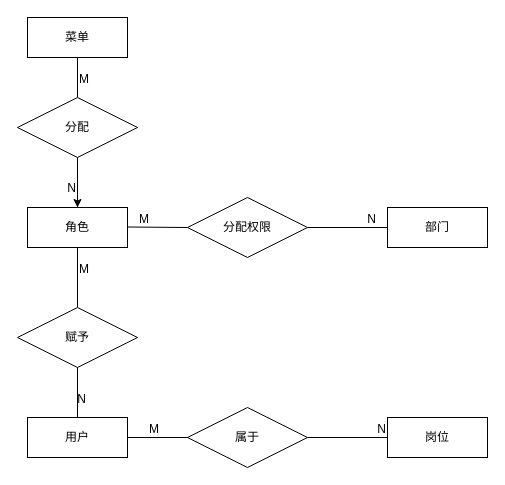
Earlier version of the draw.io diagram 角色和部门实体ER.drawio (cvgods/mind_image). Source tidied: cells renumbered, new cells numbered last; positions are measured from the earlier drawing's top-left corner, leaving out a move shared by most shapes. Both pictures are drawn from the tidied source at 100%, with x=0, y=0 at pixel (17, 17).
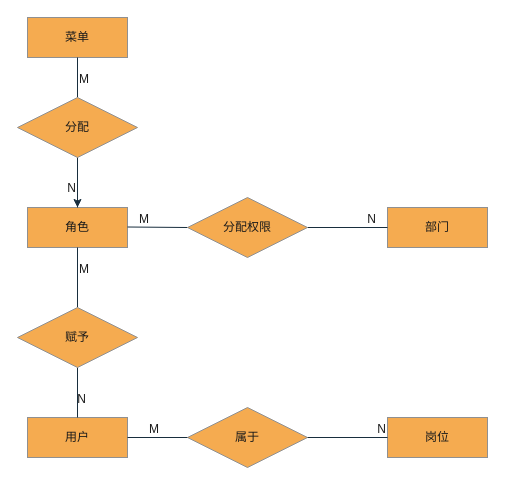
The same diagram, later.

Commit message:
更新角色和部门实体ER.drawio

Change to the diagram source:
```diff
@@
-    <mxCell id="2" value="&lt;p class=&quot;MsoNormal&quot;&gt;&lt;font face=&quot;宋体&quot;&gt;部门&lt;/font&gt;&lt;/p&gt;" style="whiteSpace=wrap;html=1;align=center;" parent="1" vertex="1">
+    <mxCell id="2" value="&lt;p class=&quot;MsoNormal&quot;&gt;&lt;font face=&quot;宋体&quot;&gt;部门&lt;/font&gt;&lt;/p&gt;" style="whiteSpace=wrap;html=1;align=center;labelBackgroundColor=none;fillColor=#F5AB50;strokeColor=#909090;fontColor=#1A1A1A;" parent="1" vertex="1">
       <mxGeometry x="370" y="190" width="100" height="40" as="geometry" />
     </mxCell>
-    <mxCell id="3" value="&lt;p class=&quot;MsoNormal&quot;&gt;&lt;font face=&quot;宋体&quot;&gt;角色&lt;/font&gt;&lt;/p&gt;" style="whiteSpace=wrap;html=1;align=center;" parent="1" vertex="1">
+    <mxCell id="3" value="&lt;p class=&quot;MsoNormal&quot;&gt;&lt;font face=&quot;宋体&quot;&gt;角色&lt;/font&gt;&lt;/p&gt;" style="whiteSpace=wrap;html=1;align=center;labelBackgroundColor=none;fillColor=#F5AB50;strokeColor=#909090;fontColor=#1A1A1A;" parent="1" vertex="1">
       <mxGeometry x="10" y="190" width="100" height="40" as="geometry" />
     </mxCell>
-    <mxCell id="4" style="endArrow=none;html=1;rounded=0;entryX=0;entryY=0.5;entryDx=0;entryDy=0;" parent="1" edge="1" source="26" target="2">
+    <mxCell id="4" style="endArrow=none;html=1;rounded=0;entryX=0;entryY=0.5;entryDx=0;entryDy=0;labelBackgroundColor=none;strokeColor=#182E3E;fontColor=default;" parent="1" edge="1" source="26" target="2">
       <mxGeometry relative="1" as="geometry" />
     </mxCell>
-    <mxCell id="5" value="N" style="html=1;whiteSpace=wrap;align=right;verticalAlign=bottom;" parent="4" vertex="1">
+    <mxCell id="5" value="N" style="html=1;whiteSpace=wrap;align=right;verticalAlign=bottom;labelBackgroundColor=none;fillColor=#F5AB50;strokeColor=#909090;fontColor=#1A1A1A;" parent="4" vertex="1">
       <mxGeometry x="1" relative="1" as="geometry">
         <mxPoint x="-10" as="offset" />
       </mxGeometry>
     </mxCell>
-    <mxCell id="6" value="用户" style="whiteSpace=wrap;html=1;align=center;" parent="1" vertex="1">
+    <mxCell id="6" value="用户" style="whiteSpace=wrap;html=1;align=center;labelBackgroundColor=none;fillColor=#F5AB50;strokeColor=#909090;fontColor=#1A1A1A;" parent="1" vertex="1">
       <mxGeometry x="10" y="400" width="100" height="40" as="geometry" />
     </mxCell>
-    <mxCell id="7" style="endArrow=none;html=1;rounded=0;exitX=0.5;exitY=1;exitDx=0;exitDy=0;entryX=0.5;entryY=0;entryDx=0;entryDy=0;" parent="1" edge="1" source="11" target="6">
+    <mxCell id="7" style="endArrow=none;html=1;rounded=0;exitX=0.5;exitY=1;exitDx=0;exitDy=0;entryX=0.5;entryY=0;entryDx=0;entryDy=0;labelBackgroundColor=none;strokeColor=#182E3E;fontColor=default;" parent="1" edge="1" source="11" target="6">
       <mxGeometry relative="1" as="geometry" />
     </mxCell>
-    <mxCell id="8" value="N" style="html=1;whiteSpace=wrap;align=right;verticalAlign=bottom;" parent="7" vertex="1">
+    <mxCell id="8" value="N" style="html=1;whiteSpace=wrap;align=right;verticalAlign=bottom;labelBackgroundColor=none;fillColor=#F5AB50;strokeColor=#909090;fontColor=#1A1A1A;" parent="7" vertex="1">
       <mxGeometry x="1" relative="1" as="geometry">
         <mxPoint x="10" y="-10" as="offset" />
       </mxGeometry>
     </mxCell>
-    <mxCell id="9" style="endArrow=none;html=1;rounded=0;exitX=0.5;exitY=1;exitDx=0;exitDy=0;entryX=0.5;entryY=0;entryDx=0;entryDy=0;" parent="1" edge="1" source="3" target="11">
+    <mxCell id="9" style="endArrow=none;html=1;rounded=0;exitX=0.5;exitY=1;exitDx=0;exitDy=0;entryX=0.5;entryY=0;entryDx=0;entryDy=0;labelBackgroundColor=none;strokeColor=#182E3E;fontColor=default;" parent="1" edge="1" source="3" target="11">
       <mxGeometry relative="1" as="geometry" />
     </mxCell>
-    <mxCell id="10" value="M" style="html=1;whiteSpace=wrap;align=left;verticalAlign=bottom;" parent="9" vertex="1">
+    <mxCell id="10" value="M" style="html=1;whiteSpace=wrap;align=left;verticalAlign=bottom;labelBackgroundColor=none;fillColor=#F5AB50;strokeColor=#909090;fontColor=#1A1A1A;" parent="9" vertex="1">
       <mxGeometry x="-1" relative="1" as="geometry">
         <mxPoint y="30" as="offset" />
       </mxGeometry>
     </mxCell>
-    <mxCell id="11" value="赋予" style="shape=rhombus;perimeter=rhombusPerimeter;whiteSpace=wrap;html=1;align=center;" parent="1" vertex="1">
+    <mxCell id="11" value="赋予" style="shape=rhombus;perimeter=rhombusPerimeter;whiteSpace=wrap;html=1;align=center;labelBackgroundColor=none;fillColor=#F5AB50;strokeColor=#909090;fontColor=#1A1A1A;" parent="1" vertex="1">
       <mxGeometry y="290" width="120" height="60" as="geometry" />
     </mxCell>
-    <mxCell id="12" value="&lt;p class=&quot;MsoNormal&quot;&gt;&lt;font face=&quot;宋体&quot;&gt;岗位&lt;/font&gt;&lt;/p&gt;" style="whiteSpace=wrap;html=1;align=center;" parent="1" vertex="1">
+    <mxCell id="12" value="&lt;p class=&quot;MsoNormal&quot;&gt;&lt;font face=&quot;宋体&quot;&gt;岗位&lt;/font&gt;&lt;/p&gt;" style="whiteSpace=wrap;html=1;align=center;labelBackgroundColor=none;fillColor=#F5AB50;strokeColor=#909090;fontColor=#1A1A1A;" parent="1" vertex="1">
       <mxGeometry x="370" y="400" width="100" height="40" as="geometry" />
     </mxCell>
-    <mxCell id="13" value="N" style="html=1;whiteSpace=wrap;align=right;verticalAlign=bottom;" parent="1" vertex="1">
+    <mxCell id="13" value="N" style="html=1;whiteSpace=wrap;align=right;verticalAlign=bottom;labelBackgroundColor=none;fillColor=#F5AB50;strokeColor=#909090;fontColor=#1A1A1A;" parent="1" vertex="1">
       <mxGeometry x="370" y="420" as="geometry" />
     </mxCell>
-    <mxCell id="14" style="endArrow=none;html=1;rounded=0;entryX=0;entryY=0.5;entryDx=0;entryDy=0;" parent="1" edge="1" target="12">
+    <mxCell id="14" style="endArrow=none;html=1;rounded=0;entryX=0;entryY=0.5;entryDx=0;entryDy=0;labelBackgroundColor=none;strokeColor=#182E3E;fontColor=default;" parent="1" edge="1" target="12">
       <mxGeometry relative="1" as="geometry">
         <mxPoint x="110" y="420" as="sourcePoint" />
       </mxGeometry>
     </mxCell>
-    <mxCell id="15" value="M" style="html=1;whiteSpace=wrap;align=left;verticalAlign=bottom;" parent="14" vertex="1">
+    <mxCell id="15" value="M" style="html=1;whiteSpace=wrap;align=left;verticalAlign=bottom;labelBackgroundColor=none;fillColor=#F5AB50;strokeColor=#909090;fontColor=#1A1A1A;" parent="14" vertex="1">
       <mxGeometry x="-1" relative="1" as="geometry">
         <mxPoint x="20" as="offset" />
       </mxGeometry>
     </mxCell>
-    <mxCell id="16" value="属于" style="shape=rhombus;perimeter=rhombusPerimeter;whiteSpace=wrap;html=1;align=center;" parent="1" vertex="1">
+    <mxCell id="16" value="属于" style="shape=rhombus;perimeter=rhombusPerimeter;whiteSpace=wrap;html=1;align=center;labelBackgroundColor=none;fillColor=#F5AB50;strokeColor=#909090;fontColor=#1A1A1A;" parent="1" vertex="1">
       <mxGeometry x="170" y="390" width="120" height="60" as="geometry" />
     </mxCell>
-    <mxCell id="17" style="endArrow=none;html=1;rounded=0;entryX=0.5;entryY=0;entryDx=0;entryDy=0;exitX=0.5;exitY=1;exitDx=0;exitDy=0;" parent="1" edge="1" source="23" target="3">
+    <mxCell id="17" style="endArrow=none;html=1;rounded=0;entryX=0.5;entryY=0;entryDx=0;entryDy=0;exitX=0.5;exitY=1;exitDx=0;exitDy=0;labelBackgroundColor=none;strokeColor=#182E3E;fontColor=default;" parent="1" edge="1" source="23" target="3">
       <mxGeometry relative="1" as="geometry" />
     </mxCell>
-    <mxCell id="18" value="N" style="html=1;whiteSpace=wrap;align=right;verticalAlign=bottom;" parent="17" vertex="1">
+    <mxCell id="18" value="N" style="html=1;whiteSpace=wrap;align=right;verticalAlign=bottom;labelBackgroundColor=none;fillColor=#F5AB50;strokeColor=#909090;fontColor=#1A1A1A;" parent="17" vertex="1">
       <mxGeometry x="1" relative="1" as="geometry">
         <mxPoint y="-11" as="offset" />
       </mxGeometry>
     </mxCell>
-    <mxCell id="19" value="菜单" style="whiteSpace=wrap;html=1;align=center;" parent="1" vertex="1">
+    <mxCell id="19" value="菜单" style="whiteSpace=wrap;html=1;align=center;labelBackgroundColor=none;fillColor=#F5AB50;strokeColor=#909090;fontColor=#1A1A1A;" parent="1" vertex="1">
       <mxGeometry x="10" width="100" height="40" as="geometry" />
     </mxCell>
-    <mxCell id="20" style="endArrow=none;html=1;rounded=0;entryX=0.5;entryY=0;entryDx=0;entryDy=0;exitX=0.5;exitY=1;exitDx=0;exitDy=0;" parent="1" edge="1" source="19" target="23">
+    <mxCell id="20" style="endArrow=none;html=1;rounded=0;entryX=0.5;entryY=0;entryDx=0;entryDy=0;exitX=0.5;exitY=1;exitDx=0;exitDy=0;labelBackgroundColor=none;strokeColor=#182E3E;fontColor=default;" parent="1" edge="1" source="19" target="23">
       <mxGeometry relative="1" as="geometry" />
     </mxCell>
-    <mxCell id="21" value="M" style="html=1;whiteSpace=wrap;align=left;verticalAlign=bottom;" parent="20" vertex="1">
+    <mxCell id="21" value="M" style="html=1;whiteSpace=wrap;align=left;verticalAlign=bottom;labelBackgroundColor=none;fillColor=#F5AB50;strokeColor=#909090;fontColor=#1A1A1A;" parent="20" vertex="1">
       <mxGeometry x="-1" relative="1" as="geometry">
         <mxPoint y="30" as="offset" />
       </mxGeometry>
     </mxCell>
-    <mxCell id="22" style="edgeStyle=orthogonalEdgeStyle;rounded=0;jettySize=auto;html=1;" parent="1" edge="1" source="23" target="3">
+    <mxCell id="22" style="edgeStyle=orthogonalEdgeStyle;rounded=0;jettySize=auto;html=1;labelBackgroundColor=none;strokeColor=#182E3E;fontColor=default;" parent="1" edge="1" source="23" target="3">
       <mxGeometry relative="1" as="geometry" />
     </mxCell>
-    <mxCell id="23" value="分配" style="shape=rhombus;perimeter=rhombusPerimeter;whiteSpace=wrap;html=1;align=center;" parent="1" vertex="1">
+    <mxCell id="23" value="分配" style="shape=rhombus;perimeter=rhombusPerimeter;whiteSpace=wrap;html=1;align=center;labelBackgroundColor=none;fillColor=#F5AB50;strokeColor=#909090;fontColor=#1A1A1A;" parent="1" vertex="1">
       <mxGeometry y="80" width="120" height="60" as="geometry" />
     </mxCell>
-    <mxCell id="24" style="endArrow=none;html=1;rounded=0;entryX=0;entryY=0.5;entryDx=0;entryDy=0;" parent="1" edge="1" target="26">
+    <mxCell id="24" style="endArrow=none;html=1;rounded=0;entryX=0;entryY=0.5;entryDx=0;entryDy=0;labelBackgroundColor=none;strokeColor=#182E3E;fontColor=default;" parent="1" edge="1" target="26">
       <mxGeometry relative="1" as="geometry">
         <mxPoint x="110" y="209.5" as="sourcePoint" />
       </mxGeometry>
     </mxCell>
-    <mxCell id="25" value="M" style="html=1;whiteSpace=wrap;align=left;verticalAlign=bottom;" parent="24" vertex="1">
+    <mxCell id="25" value="M" style="html=1;whiteSpace=wrap;align=left;verticalAlign=bottom;labelBackgroundColor=none;fillColor=#F5AB50;strokeColor=#909090;fontColor=#1A1A1A;" parent="24" vertex="1">
       <mxGeometry x="-1" relative="1" as="geometry">
         <mxPoint x="10" as="offset" />
       </mxGeometry>
     </mxCell>
-    <mxCell id="26" value="分配权限" style="shape=rhombus;perimeter=rhombusPerimeter;whiteSpace=wrap;html=1;align=center;" parent="1" vertex="1">
+    <mxCell id="26" value="分配权限" style="shape=rhombus;perimeter=rhombusPerimeter;whiteSpace=wrap;html=1;align=center;labelBackgroundColor=none;fillColor=#F5AB50;strokeColor=#909090;fontColor=#1A1A1A;" parent="1" vertex="1">
       <mxGeometry x="170" y="180" width="120" height="60" as="geometry" />
     </mxCell>
```
